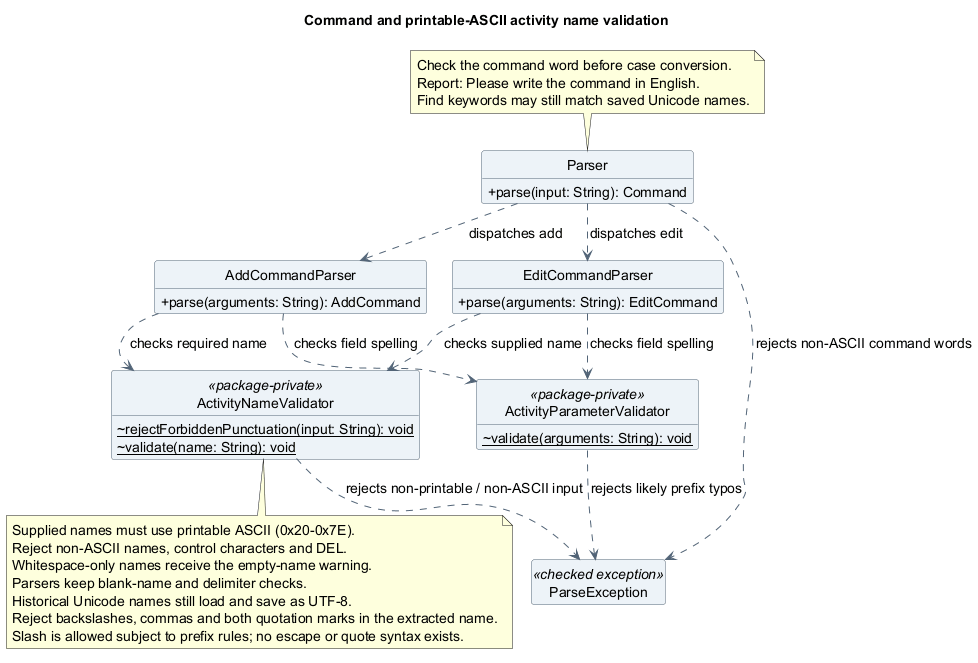
Above: docs/images/luke/class/ActivityNameValidatorClassDiagram.png in AY2627S1-CS2113-T10-4/tp (PlantUML), before the change. The source it was exported from:
```plantuml
@startuml
!pragma layout smetana
title Command and printable-ASCII activity name validation
skinparam backgroundColor white
skinparam shadowing false
skinparam defaultFontName SansSerif
skinparam defaultFontSize 14
skinparam classAttributeIconSize 0
skinparam classBackgroundColor #EDF3F8
skinparam classBorderColor #526477
skinparam ArrowColor #526477
hide circle
hide empty members

class Parser {
  +parse(input: String): Command
}
class AddCommandParser {
  +parse(arguments: String): AddCommand
}
class EditCommandParser {
  +parse(arguments: String): EditCommand
}
class ActivityParameterValidator <<package-private>> {
  ~{static} validate(arguments: String): void
}
class ActivityNameValidator <<package-private>> {
  ~{static} rejectForbiddenPunctuation(input: String): void
  ~{static} validate(name: String): void
}
class ParseException <<checked exception>>

Parser ..> AddCommandParser : dispatches add
Parser ..> EditCommandParser : dispatches edit
Parser ..> ParseException : rejects non-ASCII command words
AddCommandParser ..> ActivityNameValidator : checks required name
EditCommandParser ..> ActivityNameValidator : checks supplied name
AddCommandParser ..> ActivityParameterValidator : checks field spelling
EditCommandParser ..> ActivityParameterValidator : checks field spelling
ActivityParameterValidator ..> ParseException : rejects likely prefix typos
ActivityNameValidator ..> ParseException : rejects non-printable / non-ASCII input

note top of Parser
  Check the command word before case conversion.
  Report: Please write the command in English.
  Find keywords may still match saved Unicode names.
end note

note bottom of ActivityNameValidator
  Supplied names must use printable ASCII (0x20-0x7E).
  Reject non-ASCII names, control characters and DEL.
  Whitespace-only names receive the empty-name warning.
  Parsers keep blank-name and delimiter checks.
  Historical Unicode names still load and save as UTF-8.
  Reject backslashes, commas and both quotation marks in the extracted name.
  Slash is allowed subject to prefix rules; no escape or quote syntax exists.
end note
@enduml
```
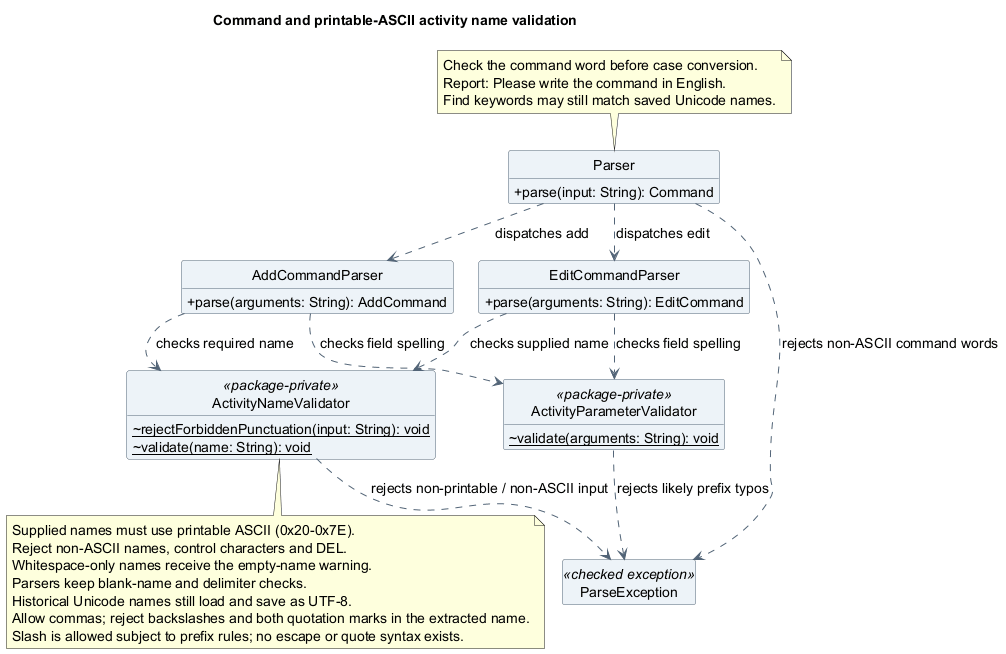
Later version of the same file.

Commit message:
fix(names): allow commas while preserving the apostrophe restriction

What changed in the source:
```diff
@@ -52,7 +52,7 @@
   Whitespace-only names receive the empty-name warning.
   Parsers keep blank-name and delimiter checks.
   Historical Unicode names still load and save as UTF-8.
-  Reject backslashes, commas and both quotation marks in the extracted name.
+  Allow commas; reject backslashes and both quotation marks in the extracted name.
   Slash is allowed subject to prefix rules; no escape or quote syntax exists.
 end note
 @enduml
```
